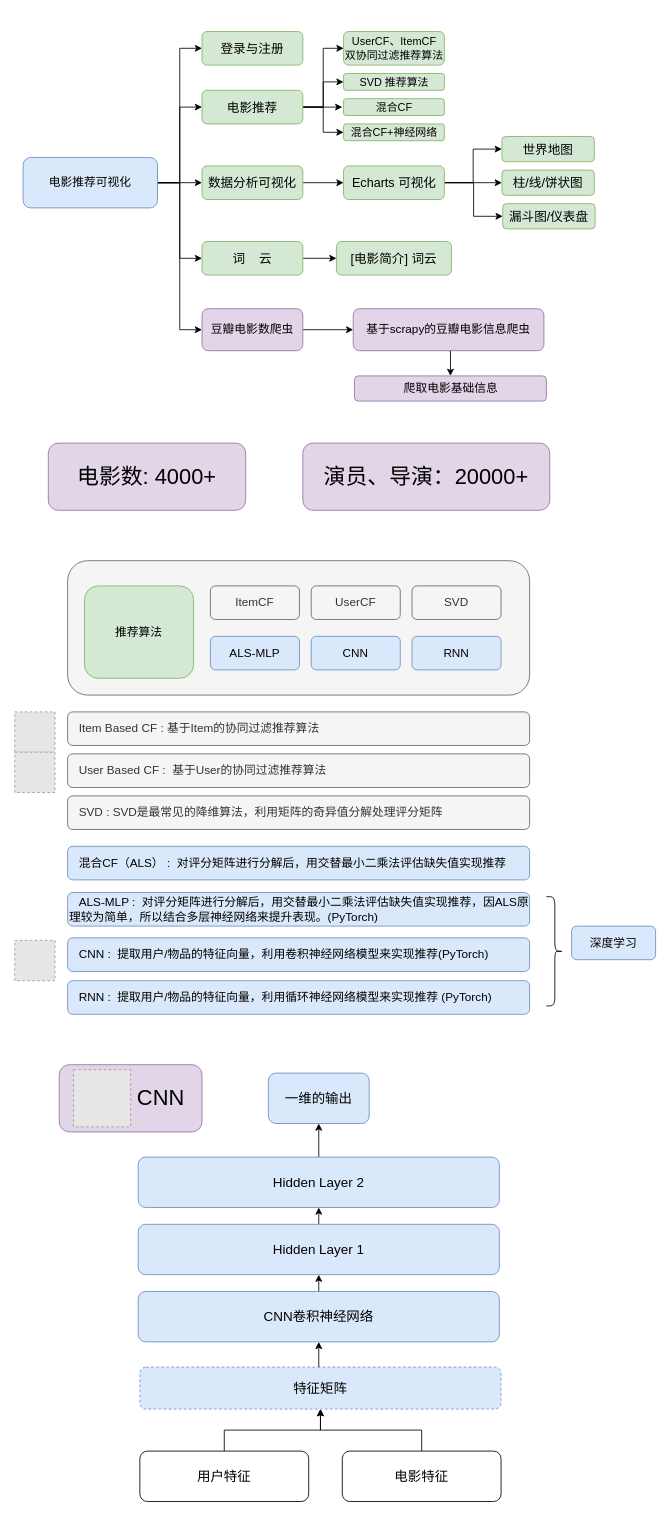
This is FLASK/24-Neo4j 知识图谱电影推荐可视化.drawio from redcomet88/DRAW, a draw.io file, before an edit. Source tidied: cells renumbered, new cells numbered last; positions are measured from the earlier drawing's top-left corner, leaving out a move shared by most shapes. Both pictures are drawn from the tidied source at 84%, with x=0, y=0 at pixel (14, 31). Pictures stored in the file or linked from it are replaced by grey dashed boxes.
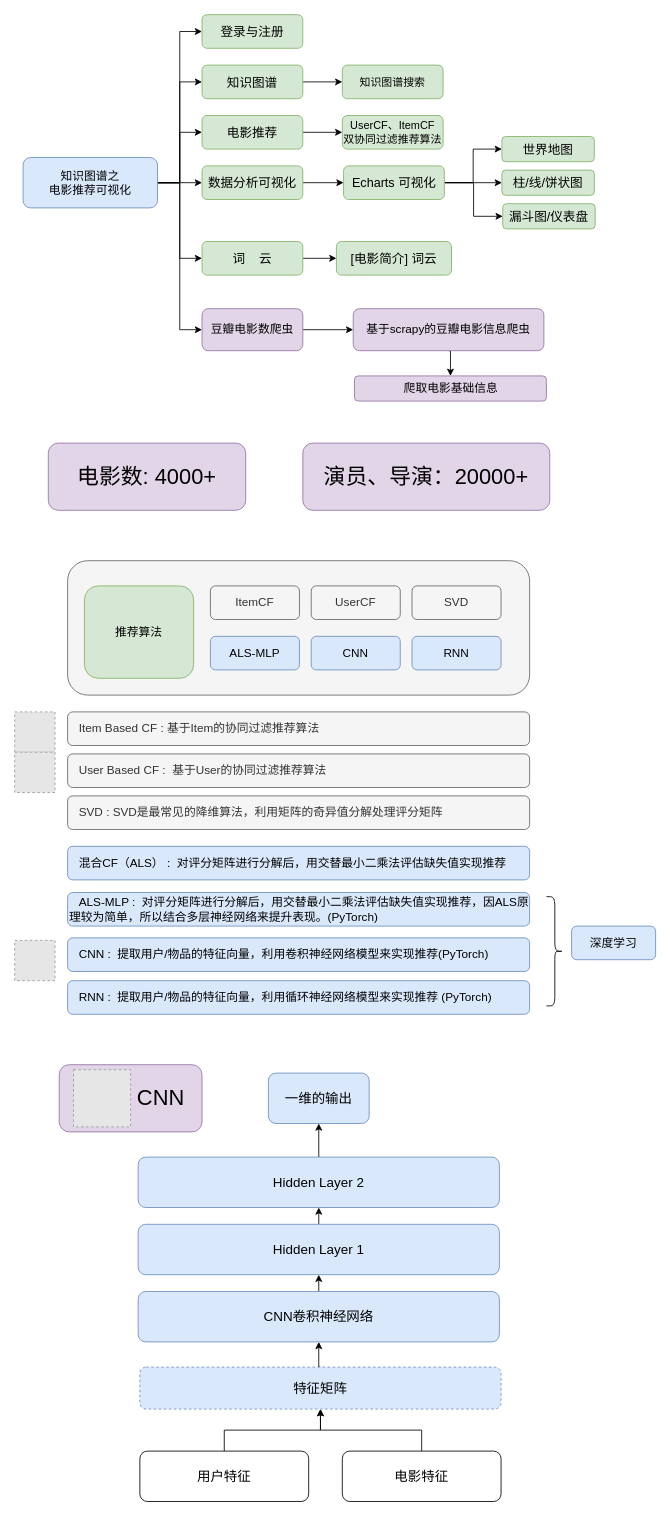
The same diagram, later.

Commit message:
更新24-Neo4j 知识图谱电影推荐可视化.drawio

What changed in the source:
```diff
@@
+    <mxCell id="72" style="edgeStyle=orthogonalEdgeStyle;rounded=0;jettySize=auto;html=1;exitX=1;exitY=0.5;exitDx=0;exitDy=0;entryX=0;entryY=0.5;entryDx=0;entryDy=0;" parent="1" edge="1" source="28" target="74">
+      <mxGeometry relative="1" as="geometry" />
+    </mxCell>
-    <mxCell id="28" value="电影推荐可视化" style="rounded=1;whiteSpace=wrap;html=1;fontSize=14;fillColor=#dae8fc;strokeColor=#6c8ebf;" parent="1" vertex="1">
+    <mxCell id="28" value="知识图谱之&lt;br&gt;电影推荐可视化" style="rounded=1;whiteSpace=wrap;html=1;fontSize=14;fillColor=#dae8fc;strokeColor=#6c8ebf;" parent="1" vertex="1">
       <mxGeometry x="10" y="150" width="160" height="60" as="geometry" />
     </mxCell>
     <mxCell id="29" value="登录与注册" style="rounded=1;whiteSpace=wrap;html=1;fontSize=15;fillColor=#d5e8d4;strokeColor=#82b366;" parent="1" vertex="1">
-      <mxGeometry x="223" width="120" height="40" as="geometry" />
+      <mxGeometry x="223" y="-20" width="120" height="40" as="geometry" />
     </mxCell>
@@
-    <mxCell id="36" style="edgeStyle=orthogonalEdgeStyle;rounded=0;jettySize=auto;html=1;exitX=1;exitY=0.5;exitDx=0;exitDy=0;entryX=0;entryY=0.5;entryDx=0;entryDy=0;fontSize=13;" parent="1" edge="1" source="39" target="41">
-      <mxGeometry relative="1" as="geometry" />
-    </mxCell>
-    <mxCell id="37" style="edgeStyle=orthogonalEdgeStyle;rounded=0;jettySize=auto;html=1;exitX=1;exitY=0.5;exitDx=0;exitDy=0;" parent="1" edge="1" source="39">
-      <mxGeometry relative="1" as="geometry">
-        <mxPoint x="390" y="90" as="targetPoint" />
-      </mxGeometry>
-    </mxCell>
-    <mxCell id="38" style="edgeStyle=orthogonalEdgeStyle;rounded=0;jettySize=auto;html=1;exitX=1;exitY=0.5;exitDx=0;exitDy=0;entryX=0;entryY=0.5;entryDx=0;entryDy=0;" parent="1" edge="1" source="39" target="53">
-      <mxGeometry relative="1" as="geometry" />
-    </mxCell>
     <mxCell id="39" value="电影推荐" style="rounded=1;whiteSpace=wrap;html=1;fontSize=15;fillColor=#d5e8d4;strokeColor=#82b366;" parent="1" vertex="1">
-      <mxGeometry x="223" y="70" width="120" height="40" as="geometry" />
+      <mxGeometry x="223" y="100" width="120" height="40" as="geometry" />
     </mxCell>
     <mxCell id="40" value="UserCF、ItemCF&lt;br&gt;双协同过滤推荐算法" style="rounded=1;whiteSpace=wrap;html=1;fontSize=13;fillColor=#d5e8d4;strokeColor=#82b366;" parent="1" vertex="1">
-      <mxGeometry x="391.5" width="120" height="40" as="geometry" />
+      <mxGeometry x="390" y="100" width="120" height="40" as="geometry" />
     </mxCell>
-    <mxCell id="41" value="SVD 推荐算法" style="rounded=1;whiteSpace=wrap;html=1;fontSize=13;fillColor=#d5e8d4;strokeColor=#82b366;" parent="1" vertex="1">
-      <mxGeometry x="391.5" y="50" width="120" height="20" as="geometry" />
-    </mxCell>
@@
-    <mxCell id="52" value="混合CF" style="rounded=1;whiteSpace=wrap;html=1;fontSize=13;fillColor=#d5e8d4;strokeColor=#82b366;" parent="1" vertex="1">
-      <mxGeometry x="391.5" y="80" width="120" height="20" as="geometry" />
-    </mxCell>
-    <mxCell id="53" value="混合CF+神经网络" style="rounded=1;whiteSpace=wrap;html=1;fontSize=13;fillColor=#d5e8d4;strokeColor=#82b366;" parent="1" vertex="1">
-      <mxGeometry x="391.5" y="110" width="120" height="20" as="geometry" />
-    </mxCell>
@@
+    <mxCell id="73" style="edgeStyle=orthogonalEdgeStyle;rounded=0;jettySize=auto;html=1;exitX=1;exitY=0.5;exitDx=0;exitDy=0;entryX=0;entryY=0.5;entryDx=0;entryDy=0;" parent="1" edge="1" source="74" target="75">
+      <mxGeometry relative="1" as="geometry" />
+    </mxCell>
+    <mxCell id="74" value="知识图谱" style="rounded=1;whiteSpace=wrap;html=1;fontSize=15;fillColor=#d5e8d4;strokeColor=#82b366;" parent="1" vertex="1">
+      <mxGeometry x="223" y="40" width="120" height="40" as="geometry" />
+    </mxCell>
+    <mxCell id="75" value="知识图谱搜索" style="rounded=1;whiteSpace=wrap;html=1;fontSize=13;fillColor=#d5e8d4;strokeColor=#82b366;" parent="1" vertex="1">
+      <mxGeometry x="390" y="40" width="120" height="40" as="geometry" />
+    </mxCell>
```
